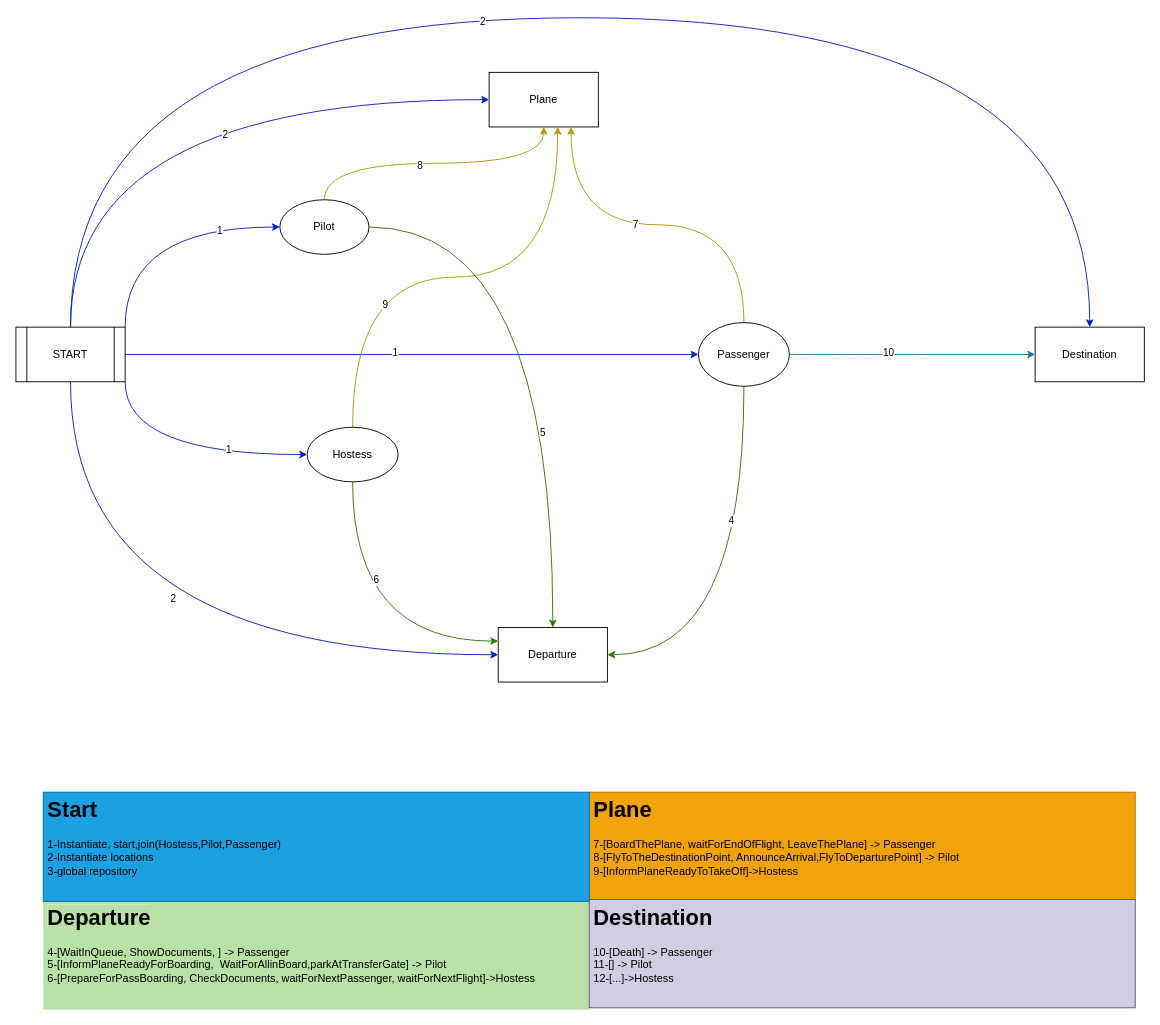
Before: Diagrama/DiagramaVersaoSimples.drawio in DiogoFernandes77/SD-P1, a draw.io diagram. Source tidied: cells renumbered, new cells numbered last; positions are measured from the earlier drawing's top-left corner, leaving out a move shared by most shapes. Both pictures are drawn from the tidied source at 91%, with x=0, y=0 at pixel (15, 17).
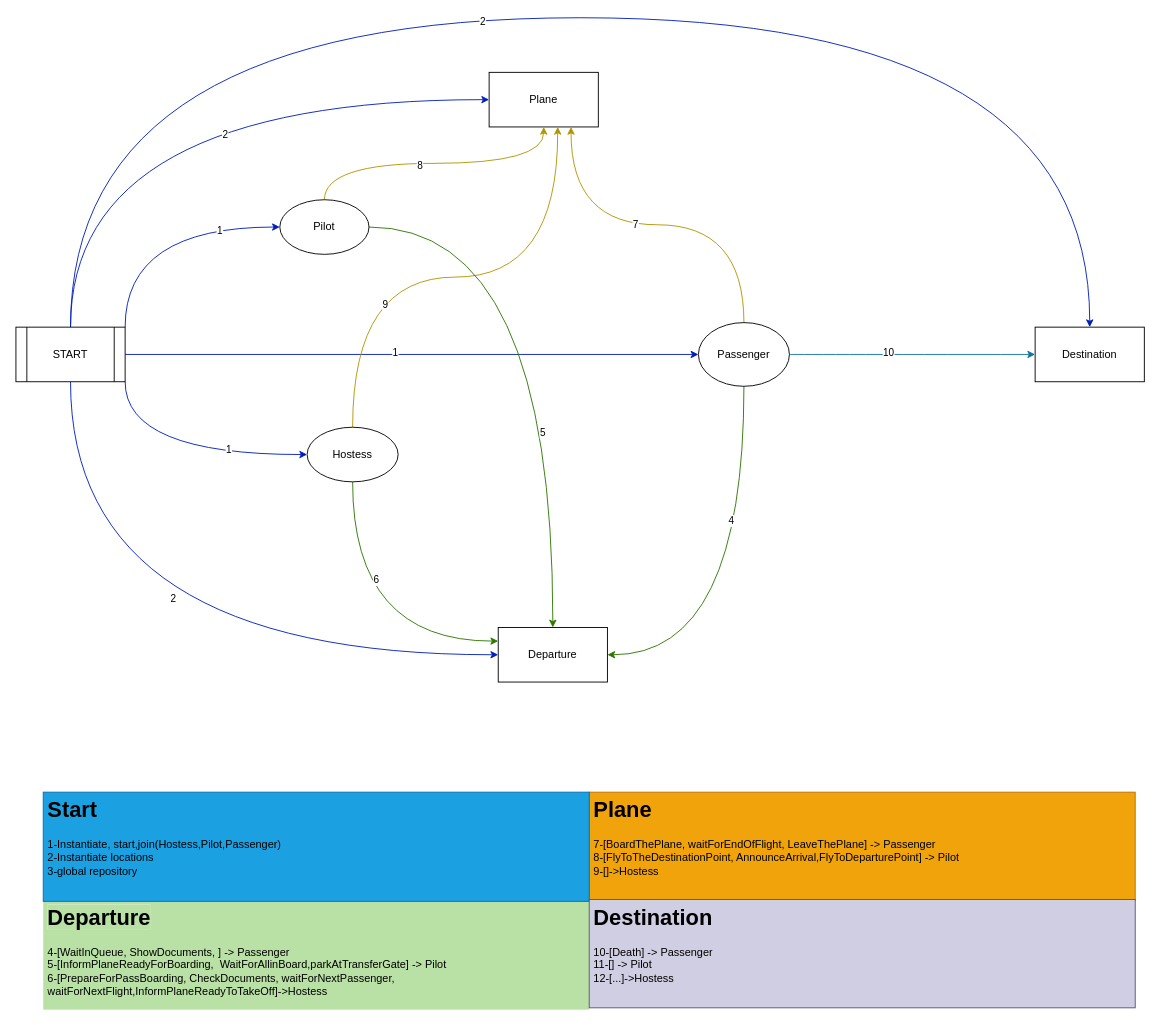
After the change.

Commit message (it also covers changes not shown here):
Thread initialization/join in start.java added methods to other class, diagram file added

The edit, as a diff of the source:
```diff
@@
-    <mxCell id="35" value="&lt;h1&gt;&lt;span style=&quot;background-color: rgb(255 , 255 , 255)&quot;&gt;&lt;span style=&quot;background-color: rgb(185 , 224 , 165)&quot;&gt;Departure&lt;/span&gt;&lt;br&gt;&lt;/span&gt;&lt;/h1&gt;&lt;div&gt;4-[WaitInQueue, ShowDocuments, ] -&amp;gt; Passenger &lt;br&gt;&lt;/div&gt;&lt;div&gt;5-[InformPlaneReadyForBoarding,&amp;nbsp; WaitForAllinBoard,parkAtTransferGate] -&amp;gt; Pilot&lt;br&gt;&lt;/div&gt;&lt;div&gt;6-[PrepareForPassBoarding, CheckDocuments, waitForNextPassenger, waitForNextFlight]-&amp;gt;Hostess&lt;br&gt;&lt;/div&gt;&lt;div&gt;&lt;br&gt;&lt;/div&gt;" style="text;html=1;strokeColor=none;spacing=5;spacingTop=-20;whiteSpace=wrap;overflow=hidden;rounded=0;fillColor=#B9E0A5;" parent="1" vertex="1">
+    <mxCell id="35" value="&lt;h1&gt;&lt;span style=&quot;background-color: rgb(255 , 255 , 255)&quot;&gt;&lt;span style=&quot;background-color: rgb(185 , 224 , 165)&quot;&gt;Departure&lt;/span&gt;&lt;br&gt;&lt;/span&gt;&lt;/h1&gt;&lt;div&gt;4-[WaitInQueue, ShowDocuments, ] -&amp;gt; Passenger &lt;br&gt;&lt;/div&gt;&lt;div&gt;5-[InformPlaneReadyForBoarding,&amp;nbsp; WaitForAllinBoard,parkAtTransferGate] -&amp;gt; Pilot&lt;br&gt;&lt;/div&gt;&lt;div&gt;6-[PrepareForPassBoarding, CheckDocuments, waitForNextPassenger, waitForNextFlight,InformPlaneReadyToTakeOff]-&amp;gt;Hostess&lt;br&gt;&lt;/div&gt;&lt;div&gt;&lt;br&gt;&lt;/div&gt;" style="text;html=1;strokeColor=none;spacing=5;spacingTop=-20;whiteSpace=wrap;overflow=hidden;rounded=0;fillColor=#B9E0A5;" parent="1" vertex="1">
       <mxGeometry x="30" y="969" width="600" height="121" as="geometry" />
     </mxCell>
-    <mxCell id="36" value="&lt;h1&gt;Plane&lt;span style=&quot;background-color: rgb(255 , 255 , 255)&quot;&gt;&lt;br&gt;&lt;/span&gt;&lt;/h1&gt;&lt;div&gt;7-[BoardThePlane, waitForEndOfFlight, LeaveThePlane] -&amp;gt; Passenger &lt;br&gt;&lt;/div&gt;&lt;div&gt;8-[FlyToTheDestinationPoint, AnnounceArrival,FlyToDeparturePoint] -&amp;gt; Pilot&lt;br&gt;&lt;/div&gt;&lt;div&gt;9-[InformPlaneReadyToTakeOff]-&amp;gt;Hostess&lt;br&gt;&lt;/div&gt;&lt;div&gt;&lt;br&gt;&lt;/div&gt;" style="text;html=1;strokeColor=#BD7000;spacing=5;spacingTop=-20;whiteSpace=wrap;overflow=hidden;rounded=0;fillColor=#f0a30a;" parent="1" vertex="1">
+    <mxCell id="36" value="&lt;h1&gt;Plane&lt;span style=&quot;background-color: rgb(255 , 255 , 255)&quot;&gt;&lt;br&gt;&lt;/span&gt;&lt;/h1&gt;&lt;div&gt;7-[BoardThePlane, waitForEndOfFlight, LeaveThePlane] -&amp;gt; Passenger &lt;br&gt;&lt;/div&gt;&lt;div&gt;8-[FlyToTheDestinationPoint, AnnounceArrival,FlyToDeparturePoint] -&amp;gt; Pilot&lt;br&gt;&lt;/div&gt;&lt;div&gt;9-[]-&amp;gt;Hostess&lt;br&gt;&lt;/div&gt;&lt;div&gt;&lt;br&gt;&lt;/div&gt;" style="text;html=1;strokeColor=#BD7000;spacing=5;spacingTop=-20;whiteSpace=wrap;overflow=hidden;rounded=0;fillColor=#f0a30a;" parent="1" vertex="1">
       <mxGeometry x="630" y="851" width="600" height="119" as="geometry" />
     </mxCell>
```
